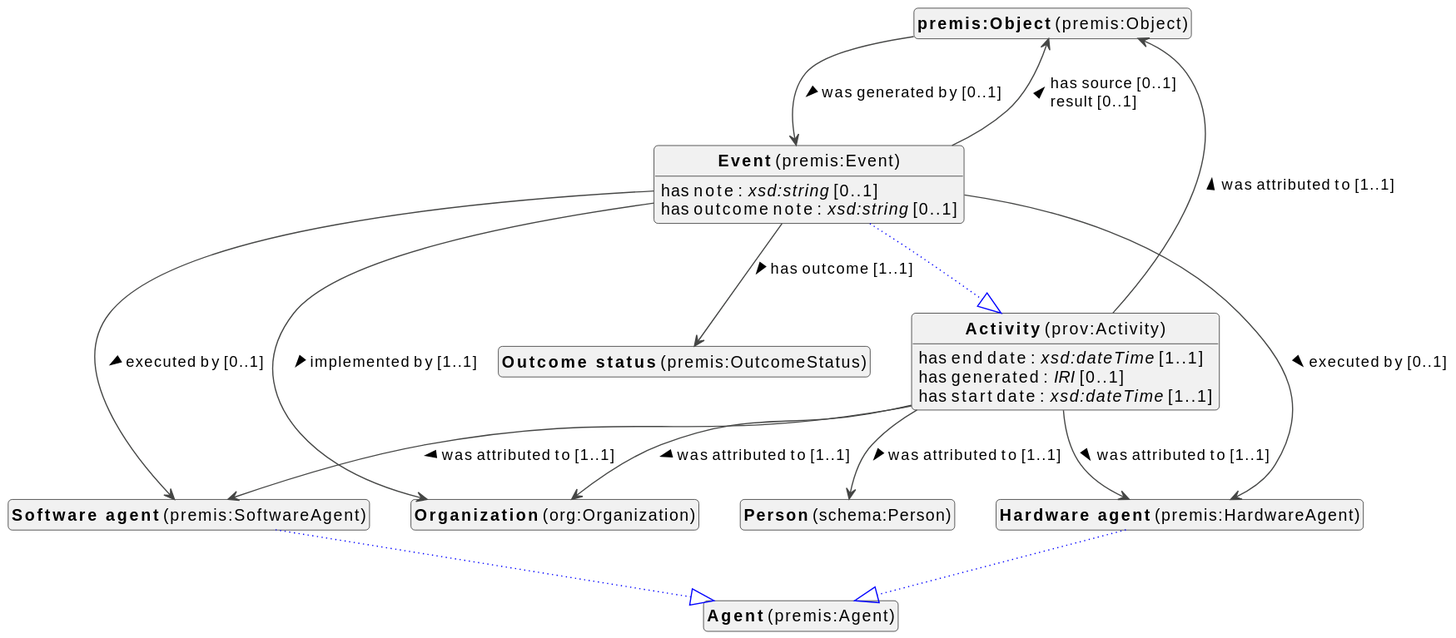
This is docs/metadata/knowledge-graph/0.0.1/events/en/events-diagram.svg from viaacode/documentation-jekyll, a PlantUML export, as it was before one commit.
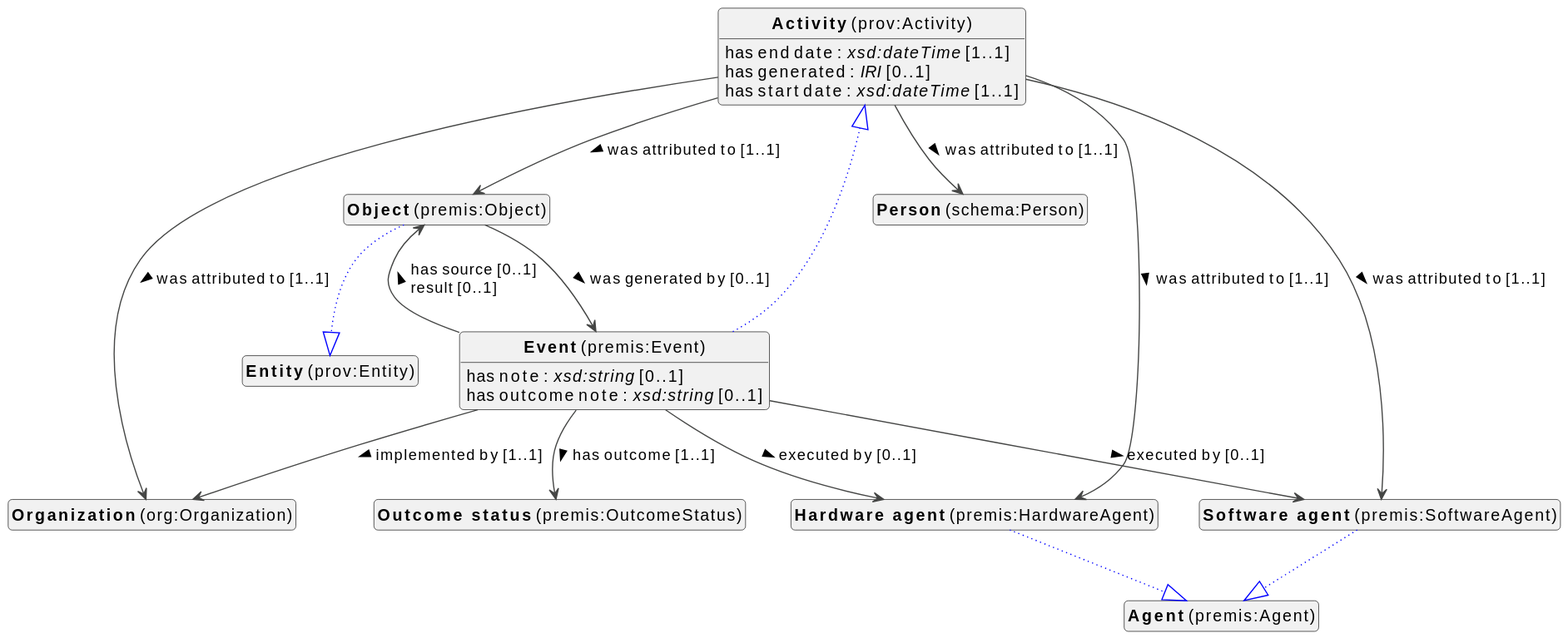
The same file after the commit.

Change to the diagram source:
```diff
@@ -10,7 +10,6 @@
 top to bottom direction
 
 
-class "<b>premis:Object</b> (premis:Object)" as premis_Object [[#premis%3AObject]]
 class "<b>Organization</b> (org:Organization)" as org_Organization [[../../organization/en#org%3AOrganization]]
 class "<b>Person</b> (schema:Person)" as schema_Person [[../../organization/en#schema%3APerson]]
 class "<b>Activity</b> (prov:Activity)" as prov_Activity [[#prov%3AActivity]]
@@ -18,12 +17,11 @@
 class "<b>Activity</b> (prov:Activity)" as prov_Activity [[#prov%3AActivity]]
 class "<b>Hardware agent</b> (premis:HardwareAgent)" as premis_HardwareAgent [[#premis%3AHardwareAgent]]
 class "<b>Agent</b> (premis:Agent)" as premis_Agent [[#premis%3AAgent]]
+class "<b>Object</b> (premis:Object)" as premis_Object [[#premis%3AObject]]
+class "<b>Entity</b> (prov:Entity)" as prov_Entity [[#prov%3AEntity]]
 class "<b>Outcome status</b> (premis:OutcomeStatus)" as premis_OutcomeStatus [[#premis%3AOutcomeStatus]]
 class "<b>Software agent</b> (premis:SoftwareAgent)" as premis_SoftwareAgent [[#premis%3ASoftwareAgent]]
 class "<b>Agent</b> (premis:Agent)" as premis_Agent [[#premis%3AAgent]]
-
-
-premis_Object --> premis_Event :was generated by [0..1]  >
 
 
 
@@ -55,6 +53,10 @@
 premis_HardwareAgent --|> premis_Agent #blue;line.dotted;text:blue
 
 
+premis_Object --|> prov_Entity #blue;line.dotted;text:blue
+
+premis_Object --> premis_Event :was generated by [0..1]  >
+
 
 
 premis_SoftwareAgent --|> premis_Agent #blue;line.dotted;text:blue
```
